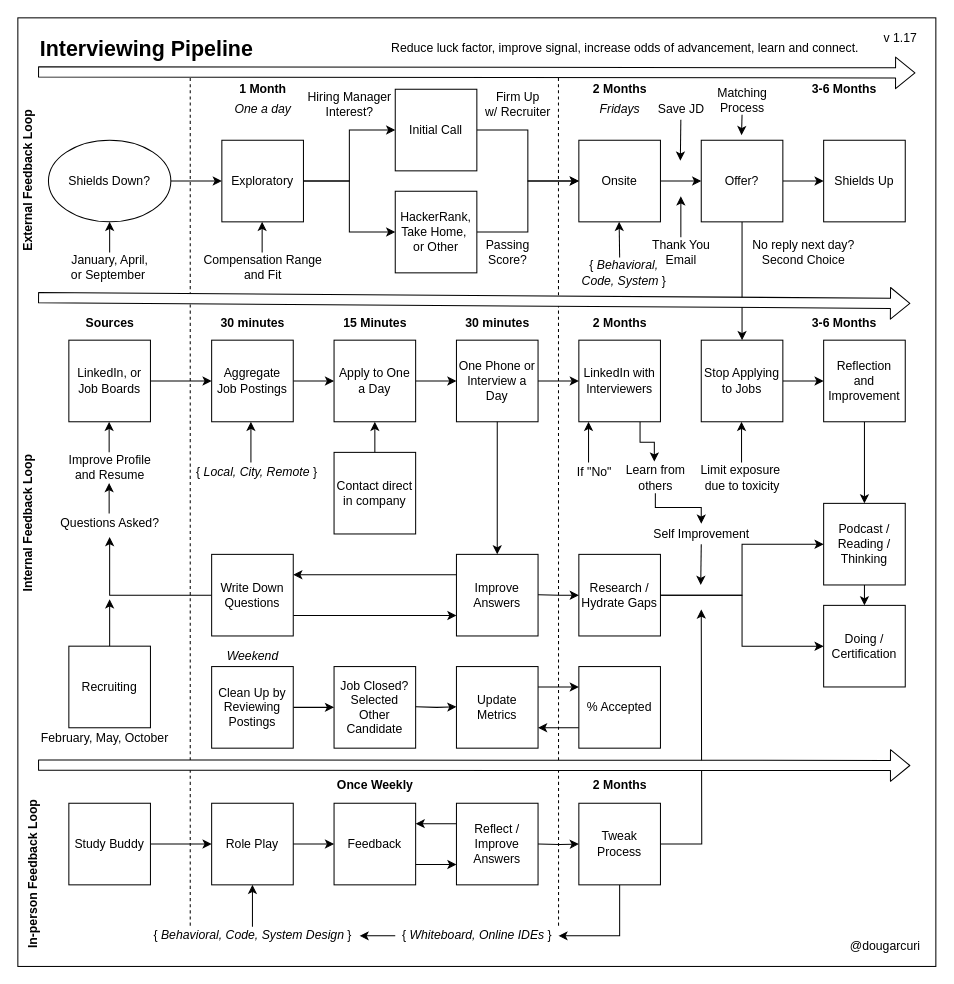
solidi/learning-notes keeps this draw.io diagram as interviews/diagrams/interviewing-pipeline.drawio. Above is the earlier version. Source tidied: cells renumbered, new cells numbered last; positions are measured from the earlier drawing's top-left corner, leaving out a move shared by most shapes. Both pictures are drawn from the tidied source at 102%, with x=0, y=0 at pixel (-49, 17).
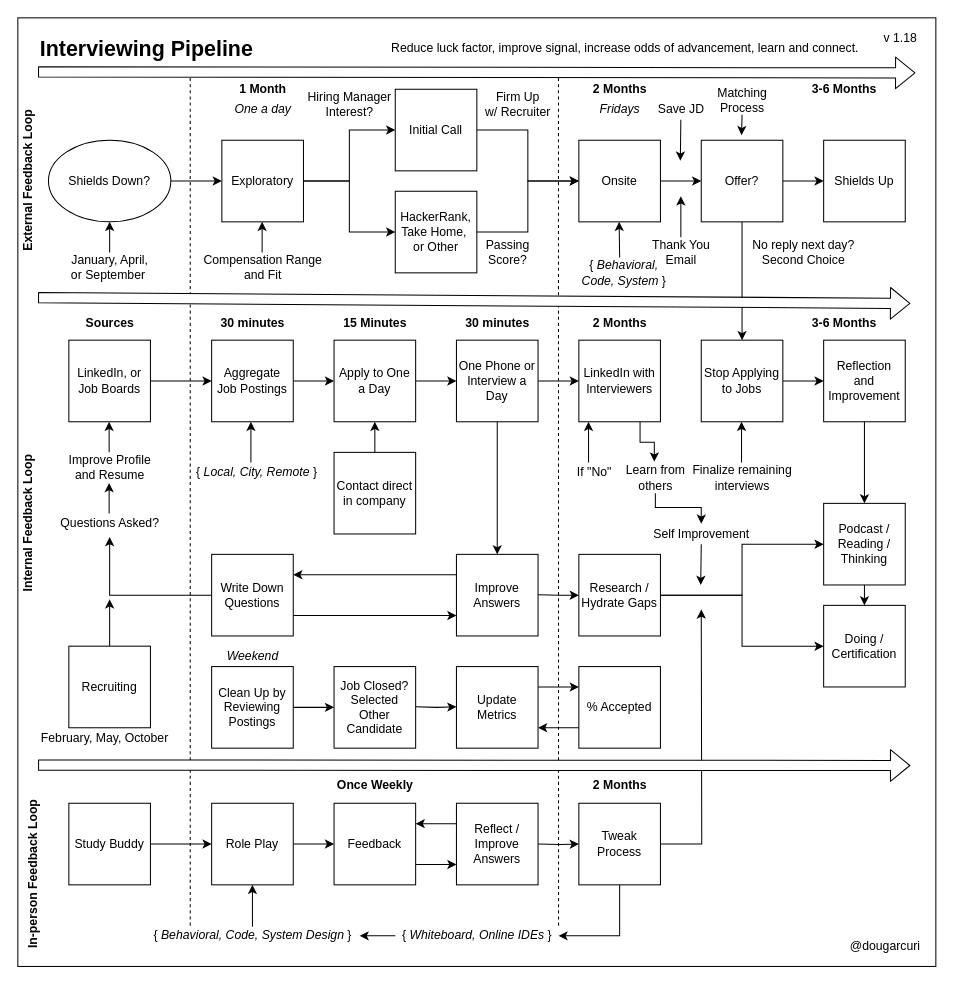
After the change.

Commit message (it also covers changes not shown here):
Small adjustment to the final offers

Change to the diagram source:
```diff
@@
-    <mxCell id="47" value="v 1.17" style="text;html=1;align=center;verticalAlign=middle;" parent="1" vertex="1">
+    <mxCell id="47" value="v 1.18" style="text;html=1;align=center;verticalAlign=middle;" parent="1" vertex="1">
       <mxGeometry x="905" y="10" width="50" height="20" as="geometry" />
     </mxCell>
@@
-    <mxCell id="123" value="Limit exposure&amp;nbsp;&lt;br&gt;due to toxicity" style="text;html=1;align=center;verticalAlign=middle;" parent="1" vertex="1">
-      <mxGeometry x="725" y="436" width="100" height="30" as="geometry" />
+    <mxCell id="123" value="Finalize remaining&lt;br&gt;interviews" style="text;html=1;align=center;verticalAlign=middle;" parent="1" vertex="1">
+      <mxGeometry x="720" y="436" width="110" height="30" as="geometry" />
     </mxCell>
```
